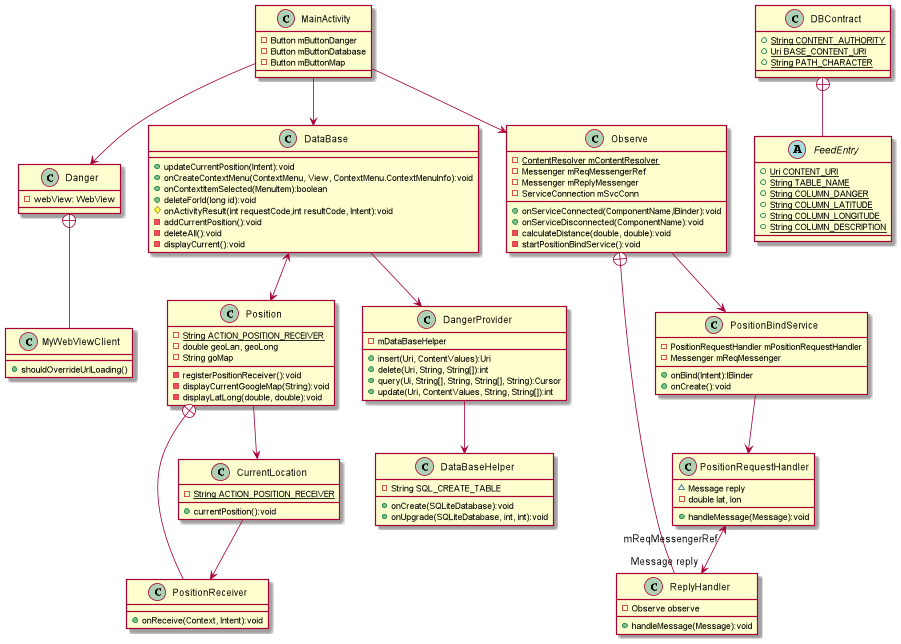
AlexYach1973/Capstone keeps this PlantUML diagram as UML_diagram.png. Above is the earlier version.
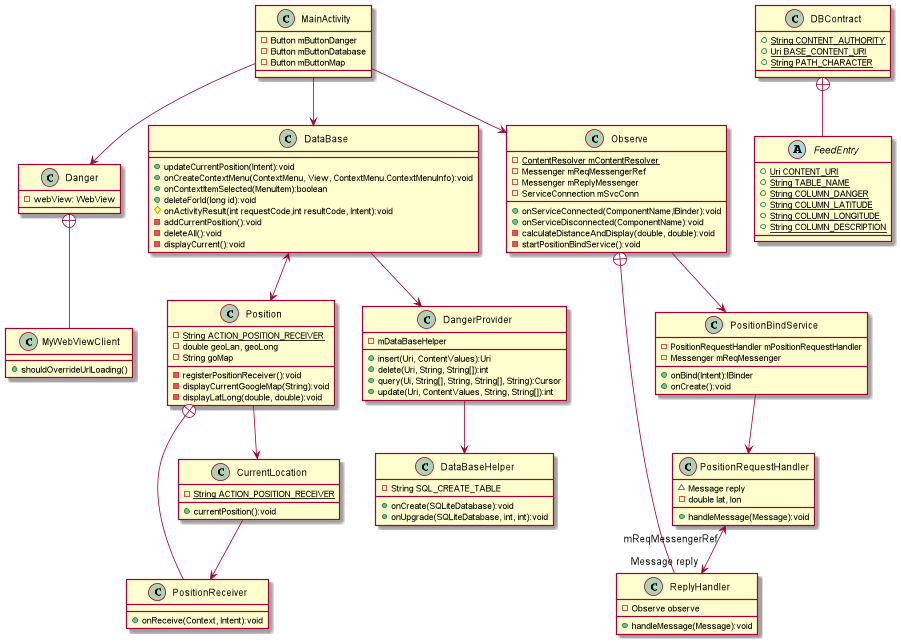
The same file after the commit.

Diff of the diagram source:
```diff
@@ -33,7 +33,7 @@
 - ServiceConnection mSvcConn
 + onServiceConnected(ComponentName,IBinder):void
 + onServiceDisconnected(ComponentName):void
-- calculateDistance(double, double):void
+- calculateDistanceAndDisplay(double, double):void
 - startPositionBindService():void
 }
 
```
